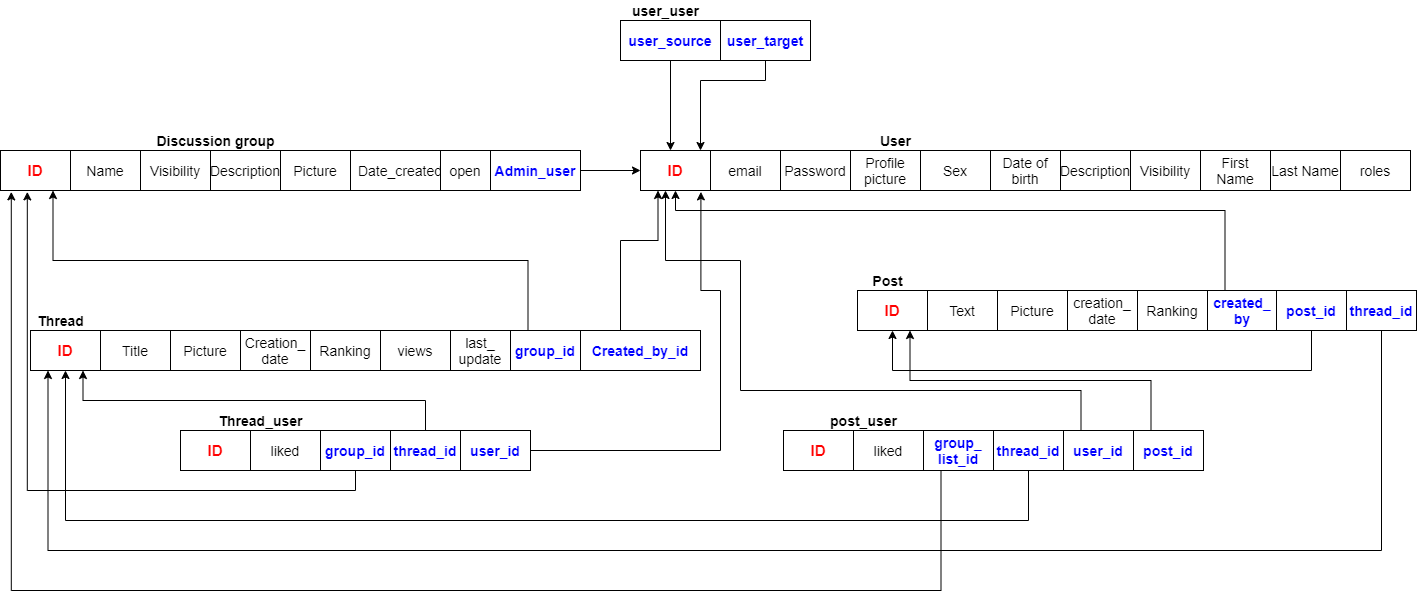
Earlier version of the draw.io export doc/schema.png (ProsteMato/IIS). Source tidied: cells renumbered, new cells last; positions are measured from the earlier drawing's top-left corner, leaving out a move shared by most shapes.
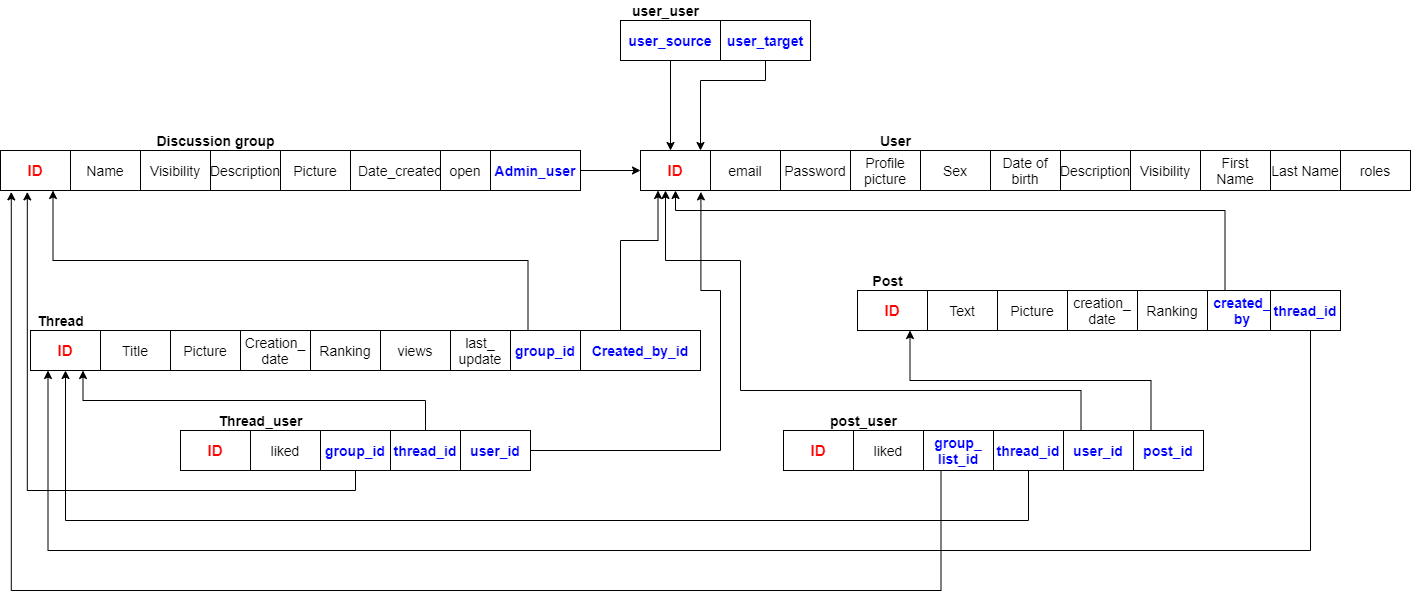
The same diagram one commit later.

Commit message:
replays vymazane z databazy

What changed in the source:
```diff
@@ -192,27 +192,17 @@
     <mxCell id="58" value="&lt;font color=&quot;#0000ff&quot;&gt;&lt;b&gt;created_&lt;br&gt;by&lt;/b&gt;&lt;/font&gt;" style="rounded=0;whiteSpace=wrap;html=1;fontSize=14;" parent="1" vertex="1">
       <mxGeometry x="1207" y="290" width="70" height="40" as="geometry" />
     </mxCell>
-    <mxCell id="59" value="&lt;font color=&quot;#0000ff&quot;&gt;&lt;b&gt;post_id&lt;/b&gt;&lt;/font&gt;" style="rounded=0;whiteSpace=wrap;html=1;fontSize=14;" parent="1" vertex="1">
-      <mxGeometry x="1276" y="290" width="70" height="40" as="geometry" />
-    </mxCell>
-    <mxCell id="60" style="edgeStyle=orthogonalEdgeStyle;rounded=0;jettySize=auto;html=1;entryX=0.5;entryY=1;entryDx=0;entryDy=0;fontSize=14;fontColor=#FF0000;exitX=0.5;exitY=1;exitDx=0;exitDy=0;" parent="1" edge="1" source="59" target="19">
-      <mxGeometry relative="1" as="geometry">
-        <Array as="points">
-          <mxPoint x="1311" y="370" />
-          <mxPoint x="892" y="370" />
-        </Array>
-      </mxGeometry>
-    </mxCell>
     <mxCell id="61" style="edgeStyle=orthogonalEdgeStyle;rounded=0;jettySize=auto;html=1;exitX=0.5;exitY=1;exitDx=0;exitDy=0;entryX=0.25;entryY=1;entryDx=0;entryDy=0;" parent="1" edge="1" source="62" target="46">
       <mxGeometry relative="1" as="geometry">
         <Array as="points">
-          <mxPoint x="1381" y="550" />
+          <mxPoint x="1310" y="330" />
+          <mxPoint x="1310" y="550" />
           <mxPoint x="48" y="550" />
         </Array>
       </mxGeometry>
     </mxCell>
     <mxCell id="62" value="&lt;font color=&quot;#0000ff&quot;&gt;&lt;b&gt;thread_id&lt;/b&gt;&lt;/font&gt;" style="rounded=0;whiteSpace=wrap;html=1;fontSize=14;" parent="1" vertex="1">
-      <mxGeometry x="1346" y="290" width="70" height="40" as="geometry" />
+      <mxGeometry x="1270" y="290" width="70" height="40" as="geometry" />
     </mxCell>
     <mxCell id="63" value="open" style="rounded=0;whiteSpace=wrap;html=1;fontSize=14;" parent="1" vertex="1">
       <mxGeometry x="440" y="150" width="50" height="40" as="geometry" />
```
